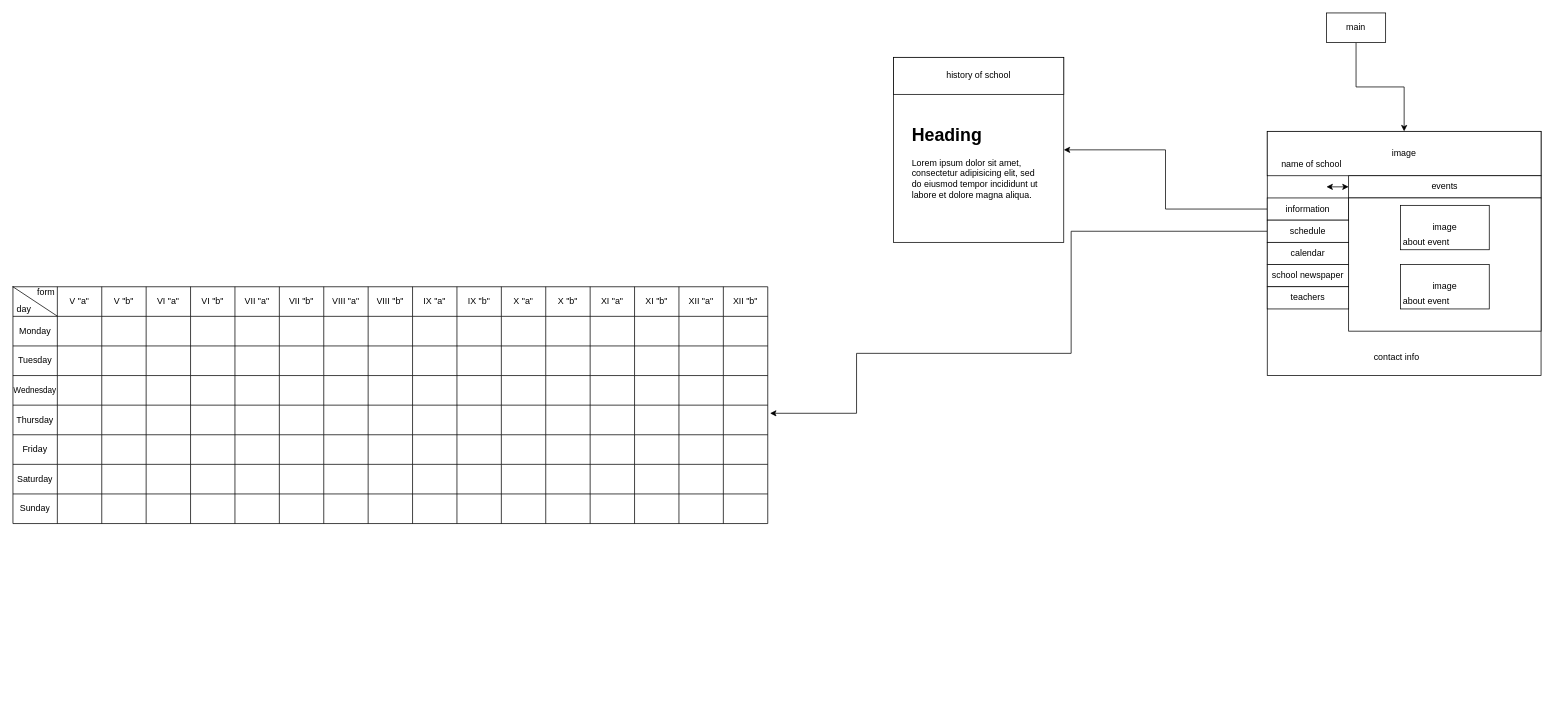
Above: сайт школы.drawio in AdamDenis/programare-WEB (draw.io), before the change. Source tidied: cells renumbered, new cells numbered last; positions are measured from the earlier drawing's top-left corner, leaving out a move shared by most shapes. Both pictures are drawn from the tidied source at 74%, with x=0, y=0 at pixel (13, 13).
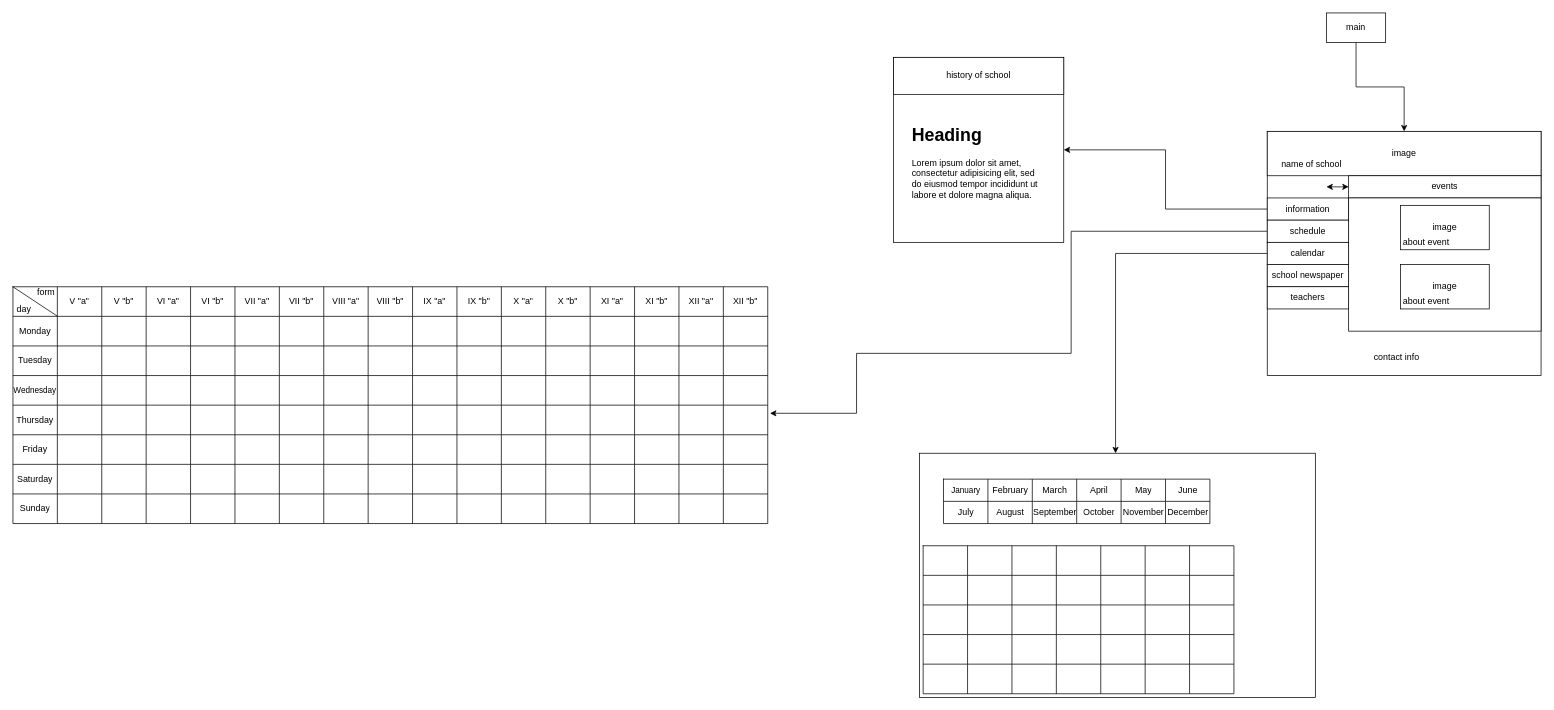
After the change.

The change refers to these unchanged cells:
```xml
<mxCell id="16" value="calendar" style="rounded=0;whiteSpace=wrap;html=1;" parent="1" vertex="1">
  <mxGeometry x="1695" y="310" width="110" height="30" as="geometry" />
</mxCell>
```

The edit, as a diff of the source:
```diff
@@
+    <mxCell id="177" style="edgeStyle=orthogonalEdgeStyle;rounded=0;jettySize=auto;html=1;" parent="1" edge="1" source="16" target="178">
+      <mxGeometry relative="1" as="geometry">
+        <Array as="points">
+          <mxPoint x="1490" y="325" />
+          <mxPoint x="1490" y="720" />
+        </Array>
+      </mxGeometry>
+    </mxCell>
@@
+    <mxCell id="178" style="whiteSpace=wrap;html=1;rounded=0;" parent="1" vertex="1">
+      <mxGeometry x="1225" y="595" width="535" height="330" as="geometry" />
+    </mxCell>
+    <mxCell id="179" style="shape=table;startSize=0;childLayout=tableLayout;" parent="1" vertex="1">
+      <mxGeometry x="1230" y="720" width="420" height="200" as="geometry" />
+    </mxCell>
+    <mxCell id="180" style="shape=partialRectangle;fillColor=none;top=0;left=0;bottom=0;right=0;" parent="179" vertex="1">
+      <mxGeometry width="420" height="40" as="geometry" />
+    </mxCell>
+    <mxCell id="181" style="shape=partialRectangle;html=1;whiteSpace=wrap;overflow=hidden;fillColor=none;top=0;left=0;bottom=0;right=0;" parent="180" vertex="1">
+      <mxGeometry width="60" height="40" as="geometry" />
+    </mxCell>
+    <mxCell id="182" style="shape=partialRectangle;html=1;whiteSpace=wrap;overflow=hidden;fillColor=none;top=0;left=0;bottom=0;right=0;" parent="180" vertex="1">
+      <mxGeometry x="60" width="60" height="40" as="geometry" />
+    </mxCell>
+    <mxCell id="183" style="shape=partialRectangle;html=1;whiteSpace=wrap;overflow=hidden;fillColor=none;top=0;left=0;bottom=0;right=0;" parent="180" vertex="1">
+      <mxGeometry x="120" width="60" height="40" as="geometry" />
+    </mxCell>
+    <mxCell id="184" style="shape=partialRectangle;html=1;whiteSpace=wrap;overflow=hidden;fillColor=none;top=0;left=0;bottom=0;right=0;" parent="180" vertex="1">
+      <mxGeometry x="180" width="60" height="40" as="geometry" />
+    </mxCell>
+    <mxCell id="185" style="shape=partialRectangle;html=1;whiteSpace=wrap;overflow=hidden;fillColor=none;top=0;left=0;bottom=0;right=0;" parent="180" vertex="1">
+      <mxGeometry x="240" width="60" height="40" as="geometry" />
+    </mxCell>
+    <mxCell id="186" style="shape=partialRectangle;html=1;whiteSpace=wrap;overflow=hidden;fillColor=none;top=0;left=0;bottom=0;right=0;" parent="180" vertex="1">
+      <mxGeometry x="300" width="60" height="40" as="geometry" />
+    </mxCell>
+    <mxCell id="187" style="shape=partialRectangle;html=1;whiteSpace=wrap;overflow=hidden;fillColor=none;top=0;left=0;bottom=0;right=0;" parent="180" vertex="1">
+      <mxGeometry x="360" width="60" height="40" as="geometry" />
+    </mxCell>
+    <mxCell id="188" style="shape=partialRectangle;fillColor=none;top=0;left=0;bottom=0;right=0;" parent="179" vertex="1">
+      <mxGeometry y="40" width="420" height="40" as="geometry" />
+    </mxCell>
+    <mxCell id="189" style="shape=partialRectangle;html=1;whiteSpace=wrap;overflow=hidden;fillColor=none;top=0;left=0;bottom=0;right=0;" parent="188" vertex="1">
+      <mxGeometry width="60" height="40" as="geometry" />
+    </mxCell>
+    <mxCell id="190" style="shape=partialRectangle;html=1;whiteSpace=wrap;overflow=hidden;fillColor=none;top=0;left=0;bottom=0;right=0;" parent="188" vertex="1">
+      <mxGeometry x="60" width="60" height="40" as="geometry" />
+    </mxCell>
+    <mxCell id="191" style="shape=partialRectangle;html=1;whiteSpace=wrap;overflow=hidden;fillColor=none;top=0;left=0;bottom=0;right=0;" parent="188" vertex="1">
+      <mxGeometry x="120" width="60" height="40" as="geometry" />
+    </mxCell>
+    <mxCell id="192" style="shape=partialRectangle;html=1;whiteSpace=wrap;overflow=hidden;fillColor=none;top=0;left=0;bottom=0;right=0;" parent="188" vertex="1">
+      <mxGeometry x="180" width="60" height="40" as="geometry" />
+    </mxCell>
+    <mxCell id="193" style="shape=partialRectangle;html=1;whiteSpace=wrap;overflow=hidden;fillColor=none;top=0;left=0;bottom=0;right=0;" parent="188" vertex="1">
+      <mxGeometry x="240" width="60" height="40" as="geometry" />
+    </mxCell>
+    <mxCell id="194" style="shape=partialRectangle;html=1;whiteSpace=wrap;overflow=hidden;fillColor=none;top=0;left=0;bottom=0;right=0;" parent="188" vertex="1">
+      <mxGeometry x="300" width="60" height="40" as="geometry" />
+    </mxCell>
+    <mxCell id="195" style="shape=partialRectangle;html=1;whiteSpace=wrap;overflow=hidden;fillColor=none;top=0;left=0;bottom=0;right=0;" parent="188" vertex="1">
+      <mxGeometry x="360" width="60" height="40" as="geometry" />
+    </mxCell>
+    <mxCell id="196" style="shape=partialRectangle;fillColor=none;top=0;left=0;bottom=0;right=0;" parent="179" vertex="1">
+      <mxGeometry y="80" width="420" height="40" as="geometry" />
+    </mxCell>
+    <mxCell id="197" style="shape=partialRectangle;html=1;whiteSpace=wrap;overflow=hidden;fillColor=none;top=0;left=0;bottom=0;right=0;" parent="196" vertex="1">
+      <mxGeometry width="60" height="40" as="geometry" />
+    </mxCell>
+    <mxCell id="198" style="shape=partialRectangle;html=1;whiteSpace=wrap;overflow=hidden;fillColor=none;top=0;left=0;bottom=0;right=0;" parent="196" vertex="1">
+      <mxGeometry x="60" width="60" height="40" as="geometry" />
+    </mxCell>
+    <mxCell id="199" style="shape=partialRectangle;html=1;whiteSpace=wrap;overflow=hidden;fillColor=none;top=0;left=0;bottom=0;right=0;" parent="196" vertex="1">
+      <mxGeometry x="120" width="60" height="40" as="geometry" />
+    </mxCell>
+    <mxCell id="200" style="shape=partialRectangle;html=1;whiteSpace=wrap;overflow=hidden;fillColor=none;top=0;left=0;bottom=0;right=0;" parent="196" vertex="1">
+      <mxGeometry x="180" width="60" height="40" as="geometry" />
+    </mxCell>
+    <mxCell id="201" style="shape=partialRectangle;html=1;whiteSpace=wrap;overflow=hidden;fillColor=none;top=0;left=0;bottom=0;right=0;" parent="196" vertex="1">
+      <mxGeometry x="240" width="60" height="40" as="geometry" />
+    </mxCell>
+    <mxCell id="202" style="shape=partialRectangle;html=1;whiteSpace=wrap;overflow=hidden;fillColor=none;top=0;left=0;bottom=0;right=0;" parent="196" vertex="1">
+      <mxGeometry x="300" width="60" height="40" as="geometry" />
+    </mxCell>
+    <mxCell id="203" style="shape=partialRectangle;html=1;whiteSpace=wrap;overflow=hidden;fillColor=none;top=0;left=0;bottom=0;right=0;" parent="196" vertex="1">
+      <mxGeometry x="360" width="60" height="40" as="geometry" />
+    </mxCell>
+    <mxCell id="204" style="shape=partialRectangle;fillColor=none;top=0;left=0;bottom=0;right=0;" parent="179" vertex="1">
+      <mxGeometry y="120" width="420" height="40" as="geometry" />
+    </mxCell>
+    <mxCell id="205" style="shape=partialRectangle;html=1;whiteSpace=wrap;overflow=hidden;fillColor=none;top=0;left=0;bottom=0;right=0;" parent="204" vertex="1">
+      <mxGeometry width="60" height="40" as="geometry" />
+    </mxCell>
+    <mxCell id="206" style="shape=partialRectangle;html=1;whiteSpace=wrap;overflow=hidden;fillColor=none;top=0;left=0;bottom=0;right=0;" parent="204" vertex="1">
+      <mxGeometry x="60" width="60" height="40" as="geometry" />
+    </mxCell>
+    <mxCell id="207" style="shape=partialRectangle;html=1;whiteSpace=wrap;overflow=hidden;fillColor=none;top=0;left=0;bottom=0;right=0;" parent="204" vertex="1">
+      <mxGeometry x="120" width="60" height="40" as="geometry" />
+    </mxCell>
+    <mxCell id="208" style="shape=partialRectangle;html=1;whiteSpace=wrap;overflow=hidden;fillColor=none;top=0;left=0;bottom=0;right=0;" parent="204" vertex="1">
+      <mxGeometry x="180" width="60" height="40" as="geometry" />
+    </mxCell>
+    <mxCell id="209" style="shape=partialRectangle;html=1;whiteSpace=wrap;overflow=hidden;fillColor=none;top=0;left=0;bottom=0;right=0;" parent="204" vertex="1">
+      <mxGeometry x="240" width="60" height="40" as="geometry" />
+    </mxCell>
+    <mxCell id="210" style="shape=partialRectangle;html=1;whiteSpace=wrap;overflow=hidden;fillColor=none;top=0;left=0;bottom=0;right=0;" parent="204" vertex="1">
+      <mxGeometry x="300" width="60" height="40" as="geometry" />
+    </mxCell>
+    <mxCell id="211" style="shape=partialRectangle;html=1;whiteSpace=wrap;overflow=hidden;fillColor=none;top=0;left=0;bottom=0;right=0;" parent="204" vertex="1">
+      <mxGeometry x="360" width="60" height="40" as="geometry" />
+    </mxCell>
+    <mxCell id="212" style="shape=partialRectangle;fillColor=none;top=0;left=0;bottom=0;right=0;" parent="179" vertex="1">
+      <mxGeometry y="160" width="420" height="40" as="geometry" />
+    </mxCell>
+    <mxCell id="213" style="shape=partialRectangle;html=1;whiteSpace=wrap;overflow=hidden;fillColor=none;top=0;left=0;bottom=0;right=0;" parent="212" vertex="1">
+      <mxGeometry width="60" height="40" as="geometry" />
+    </mxCell>
+    <mxCell id="214" style="shape=partialRectangle;html=1;whiteSpace=wrap;overflow=hidden;fillColor=none;top=0;left=0;bottom=0;right=0;" parent="212" vertex="1">
+      <mxGeometry x="60" width="60" height="40" as="geometry" />
+    </mxCell>
+    <mxCell id="215" style="shape=partialRectangle;html=1;whiteSpace=wrap;overflow=hidden;fillColor=none;top=0;left=0;bottom=0;right=0;" parent="212" vertex="1">
+      <mxGeometry x="120" width="60" height="40" as="geometry" />
+    </mxCell>
+    <mxCell id="216" style="shape=partialRectangle;html=1;whiteSpace=wrap;overflow=hidden;fillColor=none;top=0;left=0;bottom=0;right=0;" parent="212" vertex="1">
+      <mxGeometry x="180" width="60" height="40" as="geometry" />
+    </mxCell>
+    <mxCell id="217" style="shape=partialRectangle;html=1;whiteSpace=wrap;overflow=hidden;fillColor=none;top=0;left=0;bottom=0;right=0;" parent="212" vertex="1">
+      <mxGeometry x="240" width="60" height="40" as="geometry" />
+    </mxCell>
+    <mxCell id="218" style="shape=partialRectangle;html=1;whiteSpace=wrap;overflow=hidden;fillColor=none;top=0;left=0;bottom=0;right=0;" parent="212" vertex="1">
+      <mxGeometry x="300" width="60" height="40" as="geometry" />
+    </mxCell>
+    <mxCell id="219" style="shape=partialRectangle;html=1;whiteSpace=wrap;overflow=hidden;fillColor=none;top=0;left=0;bottom=0;right=0;" parent="212" vertex="1">
+      <mxGeometry x="360" width="60" height="40" as="geometry" />
+    </mxCell>
+    <mxCell id="220" style="shape=table;startSize=0;childLayout=tableLayout;" parent="1" vertex="1">
+      <mxGeometry x="1257.5" y="630" width="360" height="60" as="geometry" />
+    </mxCell>
+    <mxCell id="221" style="shape=partialRectangle;fillColor=none;top=0;left=0;bottom=0;right=0;" parent="220" vertex="1">
+      <mxGeometry width="360" height="30" as="geometry" />
+    </mxCell>
+    <mxCell id="222" value="&lt;font style=&quot;font-size: 11px&quot;&gt;January&lt;/font&gt;" style="shape=partialRectangle;html=1;whiteSpace=wrap;overflow=hidden;fillColor=none;top=0;left=0;bottom=0;right=0;" parent="221" vertex="1">
+      <mxGeometry width="60" height="30" as="geometry" />
+    </mxCell>
+    <mxCell id="223" value="February" style="shape=partialRectangle;html=1;whiteSpace=wrap;overflow=hidden;fillColor=none;top=0;left=0;bottom=0;right=0;" parent="221" vertex="1">
+      <mxGeometry x="60" width="60" height="30" as="geometry" />
+    </mxCell>
+    <mxCell id="224" value="March" style="shape=partialRectangle;html=1;whiteSpace=wrap;overflow=hidden;fillColor=none;top=0;left=0;bottom=0;right=0;" parent="221" vertex="1">
+      <mxGeometry x="120" width="60" height="30" as="geometry" />
+    </mxCell>
+    <mxCell id="225" value="April" style="shape=partialRectangle;html=1;whiteSpace=wrap;overflow=hidden;fillColor=none;top=0;left=0;bottom=0;right=0;" parent="221" vertex="1">
+      <mxGeometry x="180" width="60" height="30" as="geometry" />
+    </mxCell>
+    <mxCell id="226" value="May" style="shape=partialRectangle;html=1;whiteSpace=wrap;overflow=hidden;fillColor=none;top=0;left=0;bottom=0;right=0;" parent="221" vertex="1">
+      <mxGeometry x="240" width="60" height="30" as="geometry" />
+    </mxCell>
+    <mxCell id="227" value="June" style="shape=partialRectangle;html=1;whiteSpace=wrap;overflow=hidden;fillColor=none;top=0;left=0;bottom=0;right=0;" parent="221" vertex="1">
+      <mxGeometry x="300" width="60" height="30" as="geometry" />
+    </mxCell>
+    <mxCell id="228" style="shape=partialRectangle;fillColor=none;top=0;left=0;bottom=0;right=0;" parent="220" vertex="1">
+      <mxGeometry y="30" width="360" height="30" as="geometry" />
+    </mxCell>
+    <mxCell id="229" value="July" style="shape=partialRectangle;html=1;whiteSpace=wrap;overflow=hidden;fillColor=none;top=0;left=0;bottom=0;right=0;" parent="228" vertex="1">
+      <mxGeometry width="60" height="30" as="geometry" />
+    </mxCell>
+    <mxCell id="230" value="August" style="shape=partialRectangle;html=1;whiteSpace=wrap;overflow=hidden;fillColor=none;top=0;left=0;bottom=0;right=0;" parent="228" vertex="1">
+      <mxGeometry x="60" width="60" height="30" as="geometry" />
+    </mxCell>
+    <mxCell id="231" value="September" style="shape=partialRectangle;html=1;whiteSpace=wrap;overflow=hidden;fillColor=none;top=0;left=0;bottom=0;right=0;" parent="228" vertex="1">
+      <mxGeometry x="120" width="60" height="30" as="geometry" />
+    </mxCell>
+    <mxCell id="232" value="October" style="shape=partialRectangle;html=1;whiteSpace=wrap;overflow=hidden;fillColor=none;top=0;left=0;bottom=0;right=0;" parent="228" vertex="1">
+      <mxGeometry x="180" width="60" height="30" as="geometry" />
+    </mxCell>
+    <mxCell id="233" value="November" style="shape=partialRectangle;html=1;whiteSpace=wrap;overflow=hidden;fillColor=none;top=0;left=0;bottom=0;right=0;" parent="228" vertex="1">
+      <mxGeometry x="240" width="60" height="30" as="geometry" />
+    </mxCell>
+    <mxCell id="234" value="December" style="shape=partialRectangle;html=1;whiteSpace=wrap;overflow=hidden;fillColor=none;top=0;left=0;bottom=0;right=0;" parent="228" vertex="1">
+      <mxGeometry x="300" width="60" height="30" as="geometry" />
+    </mxCell>
```
